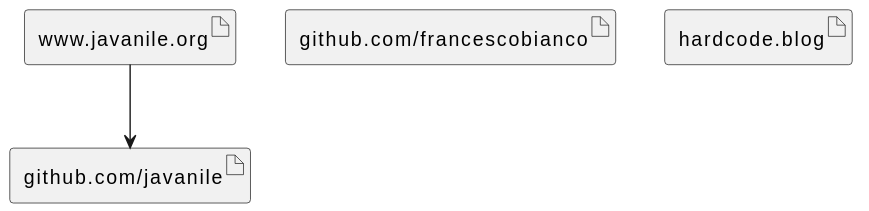
The PlantUML diagram docs/assets.svg in francescobianco/assets, before a commit.
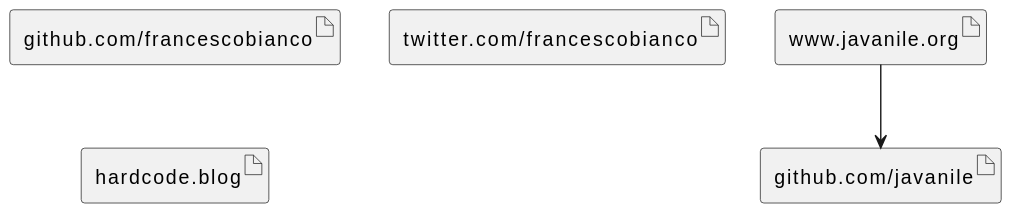
The same diagram one commit later.

Change to the diagram source:
```diff
@@ -6,6 +6,7 @@
 artifact "github.com/javanile"
 
 artifact "github.com/francescobianco"
+artifact "twitter.com/francescobianco"
 artifact "hardcode.blog"
 
 
```
